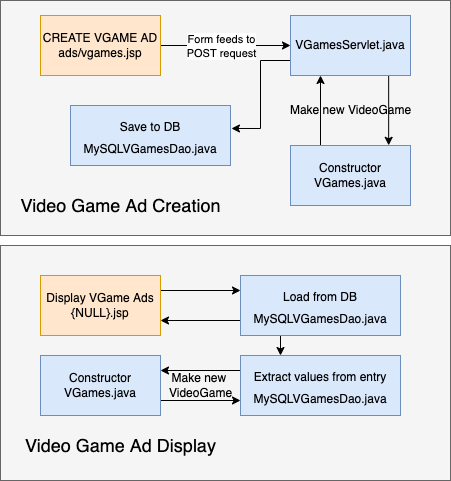
This is Explain.png from Ethan-Rajib-Jacob-AdLister/Adlister, a draw.io export, as it was before one commit. Source tidied: cells renumbered, new cells last; positions are measured from the earlier drawing's top-left corner, leaving out a move shared by most shapes.
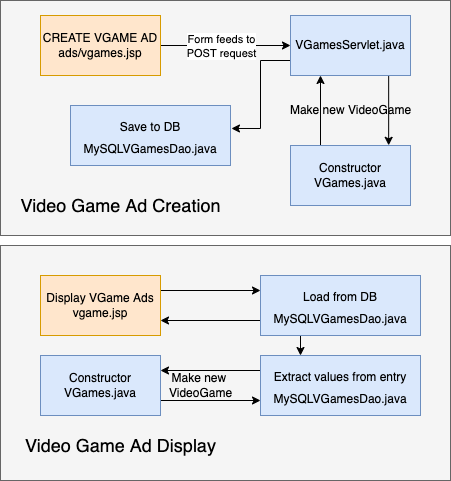
After the change.

The edit, as a diff of the source:
```diff
@@ -49,7 +49,7 @@
     <mxCell id="16" style="edgeStyle=orthogonalEdgeStyle;rounded=0;jettySize=auto;html=1;exitX=1;exitY=0.25;exitDx=0;exitDy=0;entryX=0;entryY=0.25;entryDx=0;entryDy=0;fontSize=12;" parent="1" edge="1" source="17" target="20">
       <mxGeometry relative="1" as="geometry" />
     </mxCell>
-    <mxCell id="17" value="Display VGame Ads&lt;br&gt;{NULL}.jsp" style="rounded=0;whiteSpace=wrap;html=1;fillColor=#ffe6cc;strokeColor=#d79b00;" parent="1" vertex="1">
+    <mxCell id="17" value="Display VGame Ads&lt;br&gt;vgame.jsp" style="rounded=0;whiteSpace=wrap;html=1;fillColor=#ffe6cc;strokeColor=#d79b00;" parent="1" vertex="1">
       <mxGeometry x="40" y="275" width="120" height="60" as="geometry" />
     </mxCell>
     <mxCell id="18" style="edgeStyle=orthogonalEdgeStyle;rounded=0;jettySize=auto;html=1;exitX=0.25;exitY=1;exitDx=0;exitDy=0;entryX=0.25;entryY=0;entryDx=0;entryDy=0;fontSize=12;" parent="1" edge="1" source="20" target="22">
@@ -59,13 +59,13 @@
       <mxGeometry relative="1" as="geometry" />
     </mxCell>
     <mxCell id="20" value="&lt;font style=&quot;font-size: 12px;&quot;&gt;Load from DB&lt;br&gt;MySQLVGamesDao.java&lt;/font&gt;" style="rounded=0;whiteSpace=wrap;html=1;fontSize=18;fillColor=#dae8fc;strokeColor=#6c8ebf;" parent="1" vertex="1">
-      <mxGeometry x="240" y="275" width="160" height="60" as="geometry" />
+      <mxGeometry x="260" y="275" width="160" height="60" as="geometry" />
     </mxCell>
     <mxCell id="21" style="edgeStyle=orthogonalEdgeStyle;rounded=0;jettySize=auto;html=1;exitX=0;exitY=0.25;exitDx=0;exitDy=0;entryX=1;entryY=0.25;entryDx=0;entryDy=0;fontSize=12;" parent="1" edge="1" source="22" target="24">
       <mxGeometry relative="1" as="geometry" />
     </mxCell>
     <mxCell id="22" value="&lt;font style=&quot;font-size: 12px;&quot;&gt;Extract values from entry MySQLVGamesDao.java&lt;/font&gt;" style="rounded=0;whiteSpace=wrap;html=1;fontSize=18;fillColor=#dae8fc;strokeColor=#6c8ebf;" parent="1" vertex="1">
-      <mxGeometry x="240" y="355" width="160" height="60" as="geometry" />
+      <mxGeometry x="260" y="355" width="160" height="60" as="geometry" />
     </mxCell>
     <mxCell id="23" style="edgeStyle=orthogonalEdgeStyle;rounded=0;jettySize=auto;html=1;exitX=1;exitY=0.75;exitDx=0;exitDy=0;entryX=0;entryY=0.75;entryDx=0;entryDy=0;fontSize=12;" parent="1" edge="1" source="24" target="22">
       <mxGeometry relative="1" as="geometry" />
```
